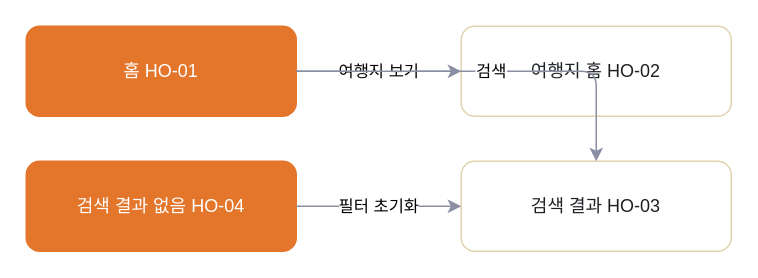
The draw.io diagram page "HO 홈" (2 of 7) of 판매용_템플릿/_판매팩/여행_디럭스/05_FLOW_흐름도.drawio in hyunplanb-cyber/ia-generation-platform, before the edit. Source tidied: cells renumbered, new cells numbered last; positions are measured from the earlier drawing's top-left corner, leaving out a move shared by most shapes. Both pictures are drawn from the tidied source at 150%, with x=0, y=0 at pixel (26, 26).
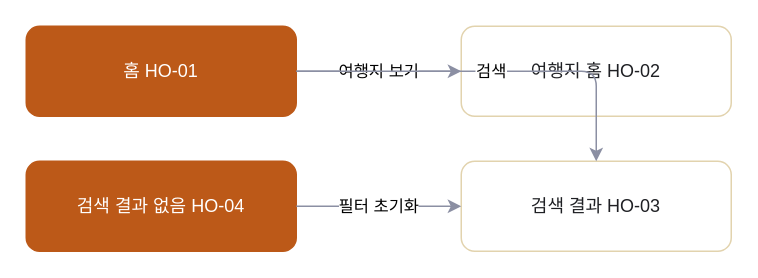
Above is the later version.

Diff of the diagram source:
```diff
@@
 <mxGraphModel>
   <root>
     <mxCell id="0" />
     <mxCell id="1" parent="0" />
-    <mxCell id="2" value="홈 HO-01" style="rounded=1;whiteSpace=wrap;html=1;fillColor=#E4762C;strokeColor=#E4762C;fontColor=#FFFFFF;" parent="1" vertex="1">
+    <mxCell id="2" value="홈 HO-01" style="rounded=1;whiteSpace=wrap;html=1;fillColor=#BC5918;strokeColor=#BC5918;fontColor=#FFFFFF;" parent="1" vertex="1">
       <mxGeometry width="180" height="60" as="geometry" />
     </mxCell>
     <mxCell id="3" value="여행지 홈 HO-02" style="rounded=1;whiteSpace=wrap;html=1;fillColor=#FFFFFF;strokeColor=#E2D3AE;fontColor=#1F2024;" parent="1" vertex="1">
       <mxGeometry x="290" width="180" height="60" as="geometry" />
     </mxCell>
     <mxCell id="4" value="검색 결과 HO-03" style="rounded=1;whiteSpace=wrap;html=1;fillColor=#FFFFFF;strokeColor=#E2D3AE;fontColor=#1F2024;" parent="1" vertex="1">
       <mxGeometry x="290" y="90" width="180" height="60" as="geometry" />
     </mxCell>
-    <mxCell id="5" value="검색 결과 없음 HO-04" style="rounded=1;whiteSpace=wrap;html=1;fillColor=#E4762C;strokeColor=#E4762C;fontColor=#FFFFFF;" parent="1" vertex="1">
+    <mxCell id="5" value="검색 결과 없음 HO-04" style="rounded=1;whiteSpace=wrap;html=1;fillColor=#BC5918;strokeColor=#BC5918;fontColor=#FFFFFF;" parent="1" vertex="1">
       <mxGeometry y="90" width="180" height="60" as="geometry" />
     </mxCell>
     <mxCell id="6" value="여행지 보기" style="edgeStyle=orthogonalEdgeStyle;rounded=1;html=1;strokeColor=#8B8FA3;" parent="1" edge="1" source="2" target="3">
       <mxGeometry relative="1" as="geometry" />
     </mxCell>
     <mxCell id="7" value="검색" style="edgeStyle=orthogonalEdgeStyle;rounded=1;html=1;strokeColor=#8B8FA3;" parent="1" edge="1" source="2" target="4">
       <mxGeometry relative="1" as="geometry" />
     </mxCell>
     <mxCell id="8" value="필터 초기화" style="edgeStyle=orthogonalEdgeStyle;rounded=1;html=1;strokeColor=#8B8FA3;" parent="1" edge="1" source="5" target="4">
       <mxGeometry relative="1" as="geometry" />
     </mxCell>
   </root>
 </mxGraphModel>
```
